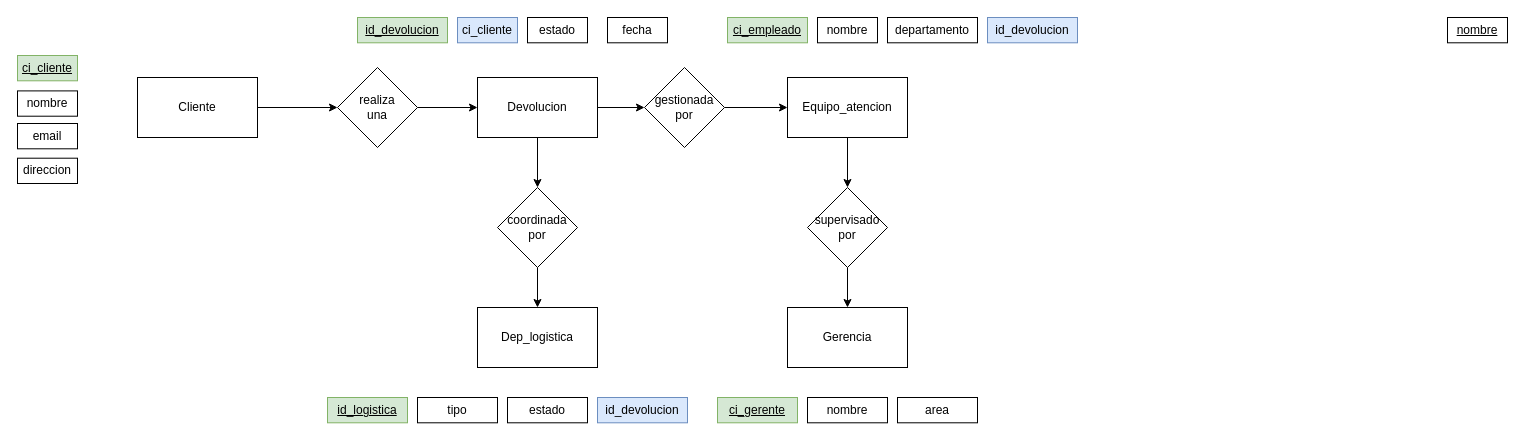
Earlier version of the draw.io diagram page "Página-2" (2 of 2) of automatizacion - ecommerce.drawio (AlbanyNVRodriguez/draw---diagrams). Source tidied: cells renumbered, new cells numbered last; positions are measured from the earlier drawing's top-left corner, leaving out a move shared by most shapes. Both pictures are drawn from the tidied source at 100%, with x=0, y=0 at pixel (17, 17).
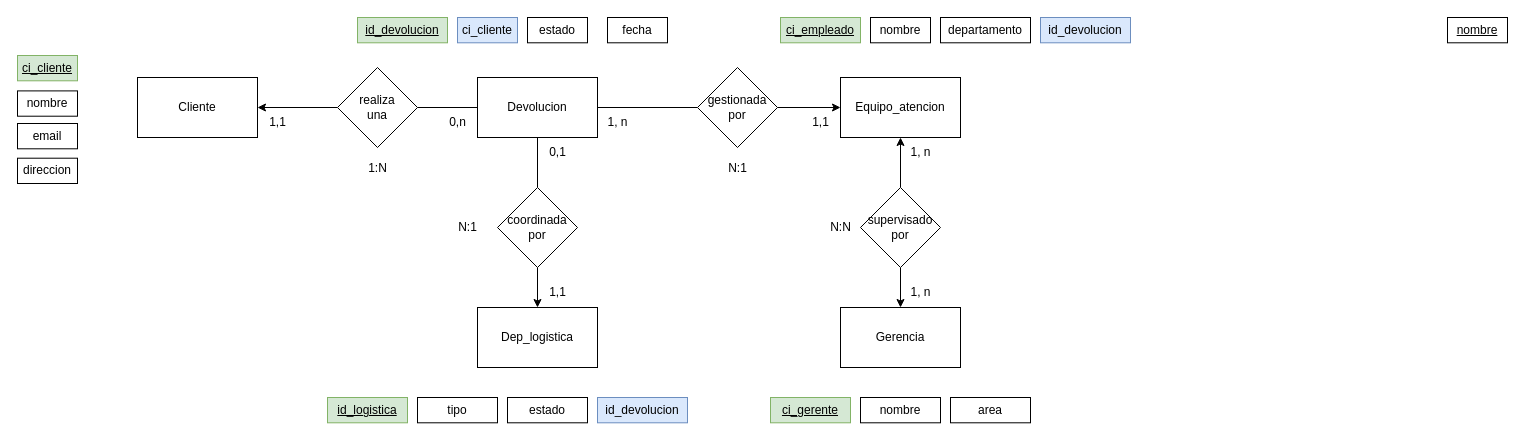
The same diagram, later.

The change refers to these unchanged cells:
```xml
<mxCell id="3" value="Cliente" style="rounded=0;whiteSpace=wrap;html=1;" parent="1" vertex="1">
  <mxGeometry x="120" y="60" width="120" height="60" as="geometry" />
</mxCell>
<mxCell id="5" value="realiza&lt;div&gt;una&lt;/div&gt;" style="rhombus;whiteSpace=wrap;html=1;" parent="1" vertex="1">
  <mxGeometry x="320" y="50" width="80" height="80" as="geometry" />
</mxCell>
<mxCell id="8" value="Devolucion" style="rounded=0;whiteSpace=wrap;html=1;" parent="1" vertex="1">
  <mxGeometry x="460" y="60" width="120" height="60" as="geometry" />
</mxCell>
<mxCell id="14" value="coordinada&lt;div&gt;por&lt;/div&gt;" style="rhombus;whiteSpace=wrap;html=1;" parent="1" vertex="1">
  <mxGeometry x="480" y="170" width="80" height="80" as="geometry" />
</mxCell>
```

What changed in the source:
```diff
@@
-    <mxCell id="2" style="edgeStyle=orthogonalEdgeStyle;rounded=0;jettySize=auto;html=1;" parent="1" edge="1" source="3" target="5">
+    <mxCell id="2" style="edgeStyle=orthogonalEdgeStyle;rounded=0;jettySize=auto;html=1;startArrow=classic;startFill=1;endArrow=none;endFill=0;" parent="1" edge="1" source="3" target="5">
       <mxGeometry relative="1" as="geometry" />
     </mxCell>
@@
-    <mxCell id="4" style="edgeStyle=orthogonalEdgeStyle;rounded=0;jettySize=auto;html=1;" parent="1" edge="1" source="5" target="8">
+    <mxCell id="4" style="edgeStyle=orthogonalEdgeStyle;rounded=0;jettySize=auto;html=1;startArrow=none;startFill=0;endArrow=none;endFill=0;" parent="1" edge="1" source="5" target="8">
       <mxGeometry relative="1" as="geometry" />
     </mxCell>
@@
-    <mxCell id="7" style="edgeStyle=orthogonalEdgeStyle;rounded=0;jettySize=auto;html=1;" parent="1" edge="1" source="8" target="14">
+    <mxCell id="7" style="edgeStyle=orthogonalEdgeStyle;rounded=0;jettySize=auto;html=1;startArrow=none;startFill=0;endArrow=none;endFill=0;" parent="1" edge="1" source="8" target="14">
       <mxGeometry relative="1" as="geometry" />
     </mxCell>
@@
-    <mxCell id="9" style="edgeStyle=orthogonalEdgeStyle;rounded=0;jettySize=auto;html=1;" parent="1" edge="1" source="10" target="17">
+    <mxCell id="9" style="edgeStyle=orthogonalEdgeStyle;rounded=0;jettySize=auto;html=1;startArrow=classic;startFill=1;endArrow=none;endFill=0;" parent="1" edge="1" source="10" target="17">
       <mxGeometry relative="1" as="geometry" />
     </mxCell>
     <mxCell id="10" value="Equipo_atencion" style="rounded=0;whiteSpace=wrap;html=1;" parent="1" vertex="1">
-      <mxGeometry x="770" y="60" width="120" height="60" as="geometry" />
+      <mxGeometry x="823" y="60" width="120" height="60" as="geometry" />
     </mxCell>
-    <mxCell id="11" style="edgeStyle=orthogonalEdgeStyle;rounded=0;jettySize=auto;html=1;" parent="1" edge="1" source="8" target="12">
+    <mxCell id="11" style="edgeStyle=orthogonalEdgeStyle;rounded=0;jettySize=auto;html=1;endArrow=none;endFill=0;" parent="1" edge="1" source="8" target="12">
       <mxGeometry relative="1" as="geometry" />
     </mxCell>
     <mxCell id="12" value="gestionada&lt;div&gt;por&lt;/div&gt;" style="rhombus;whiteSpace=wrap;html=1;" parent="1" vertex="1">
-      <mxGeometry x="627" y="50" width="80" height="80" as="geometry" />
+      <mxGeometry x="680" y="50" width="80" height="80" as="geometry" />
     </mxCell>
@@
     <mxCell id="17" value="supervisado&lt;div&gt;por&lt;/div&gt;" style="rhombus;whiteSpace=wrap;html=1;" parent="1" vertex="1">
-      <mxGeometry x="790" y="170" width="80" height="80" as="geometry" />
+      <mxGeometry x="843" y="170" width="80" height="80" as="geometry" />
     </mxCell>
     <mxCell id="18" value="Gerencia" style="rounded=0;whiteSpace=wrap;html=1;" parent="1" vertex="1">
-      <mxGeometry x="770" y="290" width="120" height="60" as="geometry" />
+      <mxGeometry x="823" y="290" width="120" height="60" as="geometry" />
     </mxCell>
@@
     <mxCell id="26" value="ci_empleado" style="rounded=0;whiteSpace=wrap;html=1;fontStyle=4;fillColor=#d5e8d4;strokeColor=#82b366;" parent="1" vertex="1">
-      <mxGeometry x="710" width="80" height="25.3" as="geometry" />
+      <mxGeometry x="763" width="80" height="25.3" as="geometry" />
     </mxCell>
     <mxCell id="27" value="nombre" style="rounded=0;whiteSpace=wrap;html=1;" parent="1" vertex="1">
-      <mxGeometry x="800" width="60" height="25.3" as="geometry" />
+      <mxGeometry x="853" width="60" height="25.3" as="geometry" />
     </mxCell>
     <mxCell id="28" value="departamento" style="rounded=0;whiteSpace=wrap;html=1;" parent="1" vertex="1">
-      <mxGeometry x="870" width="90" height="25.3" as="geometry" />
+      <mxGeometry x="923" width="90" height="25.3" as="geometry" />
     </mxCell>
@@
     <mxCell id="32" value="ci_gerente" style="rounded=0;whiteSpace=wrap;html=1;fontStyle=4;fillColor=#d5e8d4;strokeColor=#82b366;" parent="1" vertex="1">
-      <mxGeometry x="700" y="380" width="80" height="25.3" as="geometry" />
+      <mxGeometry x="753" y="380" width="80" height="25.3" as="geometry" />
     </mxCell>
     <mxCell id="33" value="nombre" style="rounded=0;whiteSpace=wrap;html=1;" parent="1" vertex="1">
-      <mxGeometry x="790" y="380" width="80" height="25.3" as="geometry" />
+      <mxGeometry x="843" y="380" width="80" height="25.3" as="geometry" />
     </mxCell>
     <mxCell id="34" value="area" style="rounded=0;whiteSpace=wrap;html=1;" parent="1" vertex="1">
-      <mxGeometry x="880" y="380" width="80" height="25.3" as="geometry" />
+      <mxGeometry x="933" y="380" width="80" height="25.3" as="geometry" />
     </mxCell>
@@
     <mxCell id="37" value="id_devolucion" style="rounded=0;whiteSpace=wrap;html=1;fontStyle=0;fillColor=#dae8fc;strokeColor=#6c8ebf;" parent="1" vertex="1">
-      <mxGeometry x="970" width="90" height="25.3" as="geometry" />
+      <mxGeometry x="1023" width="90" height="25.3" as="geometry" />
     </mxCell>
@@
+    <mxCell id="39" value="1:N" style="text;html=1;align=center;verticalAlign=middle;strokeColor=none;fillColor=none;" parent="1" vertex="1">
+      <mxGeometry x="340" y="136" width="40" height="30" as="geometry" />
+    </mxCell>
+    <mxCell id="40" value="1,1" style="text;html=1;align=center;verticalAlign=middle;strokeColor=none;fillColor=none;" parent="1" vertex="1">
+      <mxGeometry x="240" y="90" width="40" height="30" as="geometry" />
+    </mxCell>
+    <mxCell id="41" value="0,n" style="text;html=1;align=center;verticalAlign=middle;strokeColor=none;fillColor=none;" parent="1" vertex="1">
+      <mxGeometry x="420" y="90" width="40" height="30" as="geometry" />
+    </mxCell>
+    <mxCell id="42" value="N:1" style="text;html=1;align=center;verticalAlign=middle;strokeColor=none;fillColor=none;" parent="1" vertex="1">
+      <mxGeometry x="700" y="136" width="40" height="30" as="geometry" />
+    </mxCell>
+    <mxCell id="43" value="1,1" style="text;html=1;align=center;verticalAlign=middle;strokeColor=none;fillColor=none;" parent="1" vertex="1">
+      <mxGeometry x="783" y="90" width="40" height="30" as="geometry" />
+    </mxCell>
+    <mxCell id="44" value="1, n" style="text;html=1;align=center;verticalAlign=middle;strokeColor=none;fillColor=none;" parent="1" vertex="1">
+      <mxGeometry x="580" y="90" width="40" height="30" as="geometry" />
+    </mxCell>
+    <mxCell id="45" value="N:N" style="text;html=1;align=center;verticalAlign=middle;strokeColor=none;fillColor=none;" parent="1" vertex="1">
+      <mxGeometry x="803" y="195" width="40" height="30" as="geometry" />
+    </mxCell>
+    <mxCell id="46" value="1, n" style="text;html=1;align=center;verticalAlign=middle;strokeColor=none;fillColor=none;" parent="1" vertex="1">
+      <mxGeometry x="883" y="120" width="40" height="30" as="geometry" />
+    </mxCell>
+    <mxCell id="47" value="1, n" style="text;html=1;align=center;verticalAlign=middle;strokeColor=none;fillColor=none;" parent="1" vertex="1">
+      <mxGeometry x="883" y="260" width="40" height="30" as="geometry" />
+    </mxCell>
+    <mxCell id="48" value="N:1" style="text;html=1;align=center;verticalAlign=middle;strokeColor=none;fillColor=none;" parent="1" vertex="1">
+      <mxGeometry x="430" y="195" width="40" height="30" as="geometry" />
+    </mxCell>
+    <mxCell id="49" value="0,1" style="text;html=1;align=center;verticalAlign=middle;strokeColor=none;fillColor=none;" parent="1" vertex="1">
+      <mxGeometry x="520" y="120" width="40" height="30" as="geometry" />
+    </mxCell>
+    <mxCell id="50" value="1,1" style="text;html=1;align=center;verticalAlign=middle;strokeColor=none;fillColor=none;" parent="1" vertex="1">
+      <mxGeometry x="520" y="260" width="40" height="30" as="geometry" />
+    </mxCell>
```
